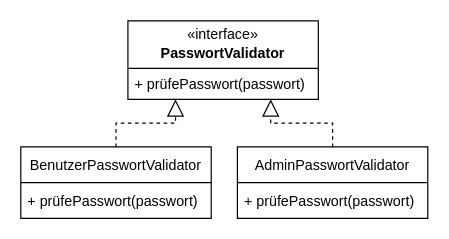
Earlier version of the draw.io diagram tex/img/OCP.drawio (xThale/Seminararbeit). Source tidied: cells renumbered, new cells numbered last; positions are measured from the earlier drawing's top-left corner, leaving out a move shared by most shapes. Both pictures are drawn from the tidied source at 119%, with x=0, y=0 at pixel (20, 20).
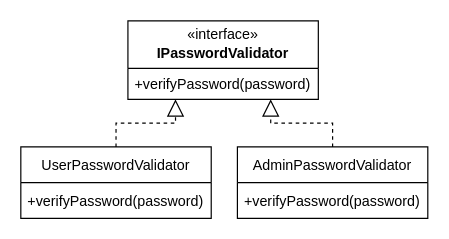
Above is the later version.

Change to the diagram source:
```diff
@@
 <mxGraphModel>
   <root>
     <mxCell id="0" />
     <mxCell id="1" parent="0" />
     <mxCell id="2" style="swimlane;fontStyle=0;horizontal=1;startSize=40;fillColor=none;" parent="1" vertex="1">
       <mxGeometry x="90" width="160" height="66" as="geometry" />
     </mxCell>
-    <mxCell id="3" value="+ prüfePasswort(passwort)" style="text;strokeColor=none;fillColor=none;align=left;verticalAlign=top;spacingLeft=4;spacingRight=4;overflow=hidden;" parent="2" vertex="1">
+    <mxCell id="3" value="+verifyPassword(password)" style="text;strokeColor=none;fillColor=none;align=left;verticalAlign=top;spacingLeft=4;spacingRight=4;overflow=hidden;" parent="2" vertex="1">
       <mxGeometry y="40" width="160" height="26" as="geometry" />
     </mxCell>
-    <mxCell id="4" value="BenutzerPasswortValidator" style="swimlane;fontStyle=0;horizontal=1;startSize=30;" parent="1" vertex="1">
+    <mxCell id="4" value="UserPasswordValidator" style="swimlane;fontStyle=0;horizontal=1;startSize=30;" parent="1" vertex="1">
       <mxGeometry y="106" width="160" height="60" as="geometry" />
     </mxCell>
-    <mxCell id="5" value="+ prüfePasswort(passwort)" style="text;strokeColor=none;fillColor=none;align=left;verticalAlign=middle;spacingLeft=4;spacingRight=4;overflow=hidden;" parent="4" vertex="1">
+    <mxCell id="5" value="+verifyPassword(password)" style="text;strokeColor=none;fillColor=none;align=left;verticalAlign=middle;spacingLeft=4;spacingRight=4;overflow=hidden;" parent="4" vertex="1">
       <mxGeometry y="30" width="160" height="30" as="geometry" />
     </mxCell>
-    <mxCell id="6" value="AdminPasswortValidator" style="swimlane;fontStyle=0;horizontal=1;startSize=30;" parent="1" vertex="1">
+    <mxCell id="6" value="AdminPasswordValidator" style="swimlane;fontStyle=0;horizontal=1;startSize=30;" parent="1" vertex="1">
       <mxGeometry x="182" y="106" width="160" height="60" as="geometry" />
     </mxCell>
-    <mxCell id="7" value="+ prüfePasswort(passwort)" style="text;strokeColor=none;fillColor=none;align=left;verticalAlign=middle;spacingLeft=4;spacingRight=4;overflow=hidden;" parent="6" vertex="1">
+    <mxCell id="7" value="+verifyPassword(password)" style="text;strokeColor=none;fillColor=none;align=left;verticalAlign=middle;spacingLeft=4;spacingRight=4;overflow=hidden;" parent="6" vertex="1">
       <mxGeometry y="30" width="160" height="30" as="geometry" />
     </mxCell>
     <mxCell id="8" style="endArrow=block;dashed=1;endFill=0;endSize=12;html=1;rounded=0;edgeStyle=orthogonalEdgeStyle;exitX=0.5;exitY=0;exitDx=0;exitDy=0;entryX=0.25;entryY=1;entryDx=0;entryDy=0;" parent="1" edge="1" source="4" target="2">
       <mxGeometry relative="1" as="geometry" />
     </mxCell>
     <mxCell id="9" style="endArrow=block;dashed=1;endFill=0;endSize=12;html=1;rounded=0;edgeStyle=orthogonalEdgeStyle;entryX=0.75;entryY=1;entryDx=0;entryDy=0;exitX=0.5;exitY=0;exitDx=0;exitDy=0;" parent="1" edge="1" source="6" target="2">
       <mxGeometry relative="1" as="geometry" />
     </mxCell>
-    <mxCell id="10" value="PasswortValidator" style="text;align=center;fontStyle=1;verticalAlign=middle;spacingLeft=3;spacingRight=3;strokeColor=none;" parent="1" vertex="1">
+    <mxCell id="10" value="IPasswordValidator" style="text;align=center;fontStyle=1;verticalAlign=middle;spacingLeft=3;spacingRight=3;strokeColor=none;" parent="1" vertex="1">
       <mxGeometry x="100" y="14" width="140" height="26" as="geometry" />
     </mxCell>
     <mxCell id="11" value="&lt;span&gt;«interface»&lt;/span&gt;" style="text;html=1;strokeColor=none;fillColor=none;align=center;verticalAlign=middle;whiteSpace=wrap;rounded=0;" parent="1" vertex="1">
       <mxGeometry x="100" width="140" height="24" as="geometry" />
     </mxCell>
   </root>
 </mxGraphModel>
```
